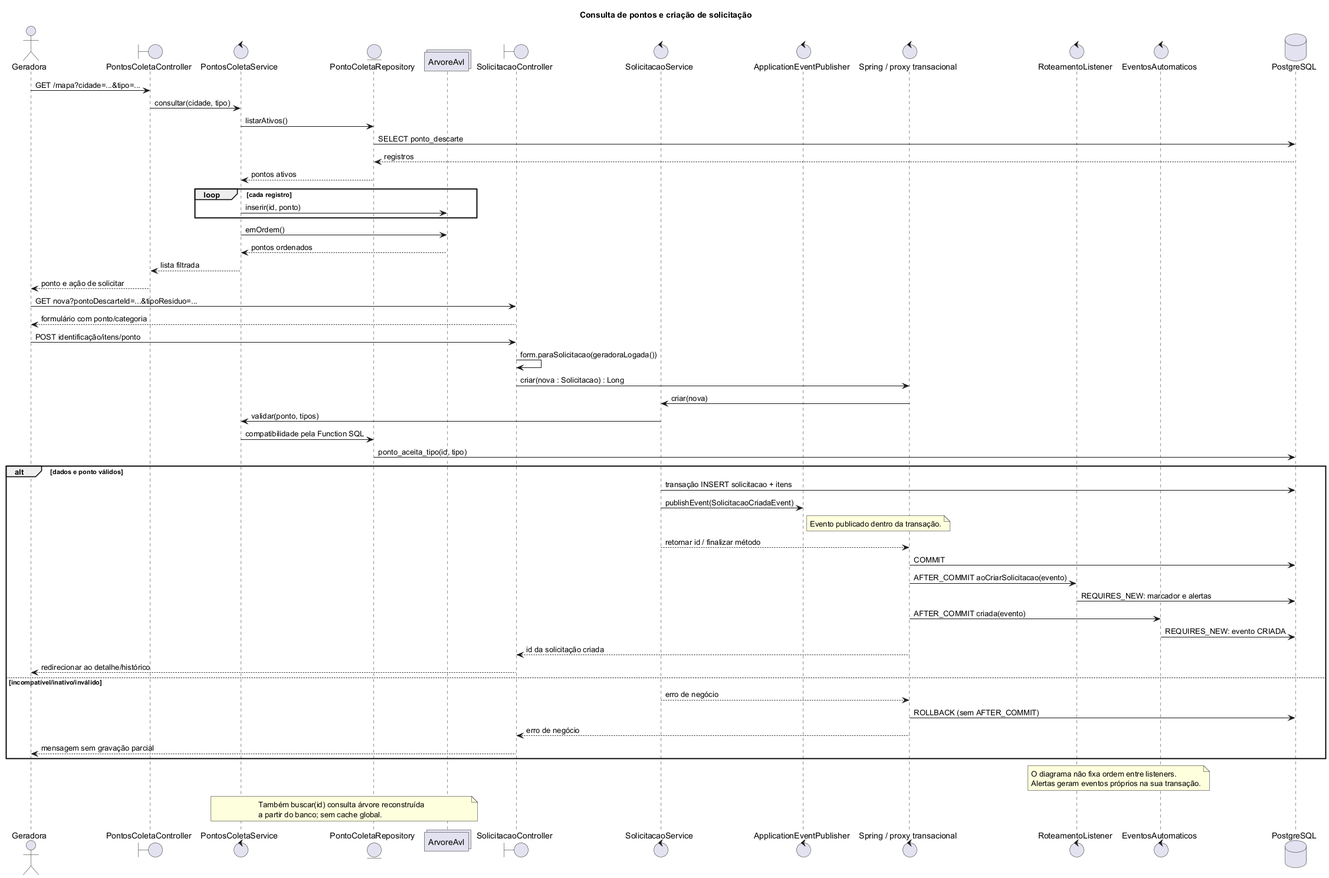
The PlantUML diagram docs/uml/sequencia.png in mmsxdev/plataforma-ewaste, before a commit.
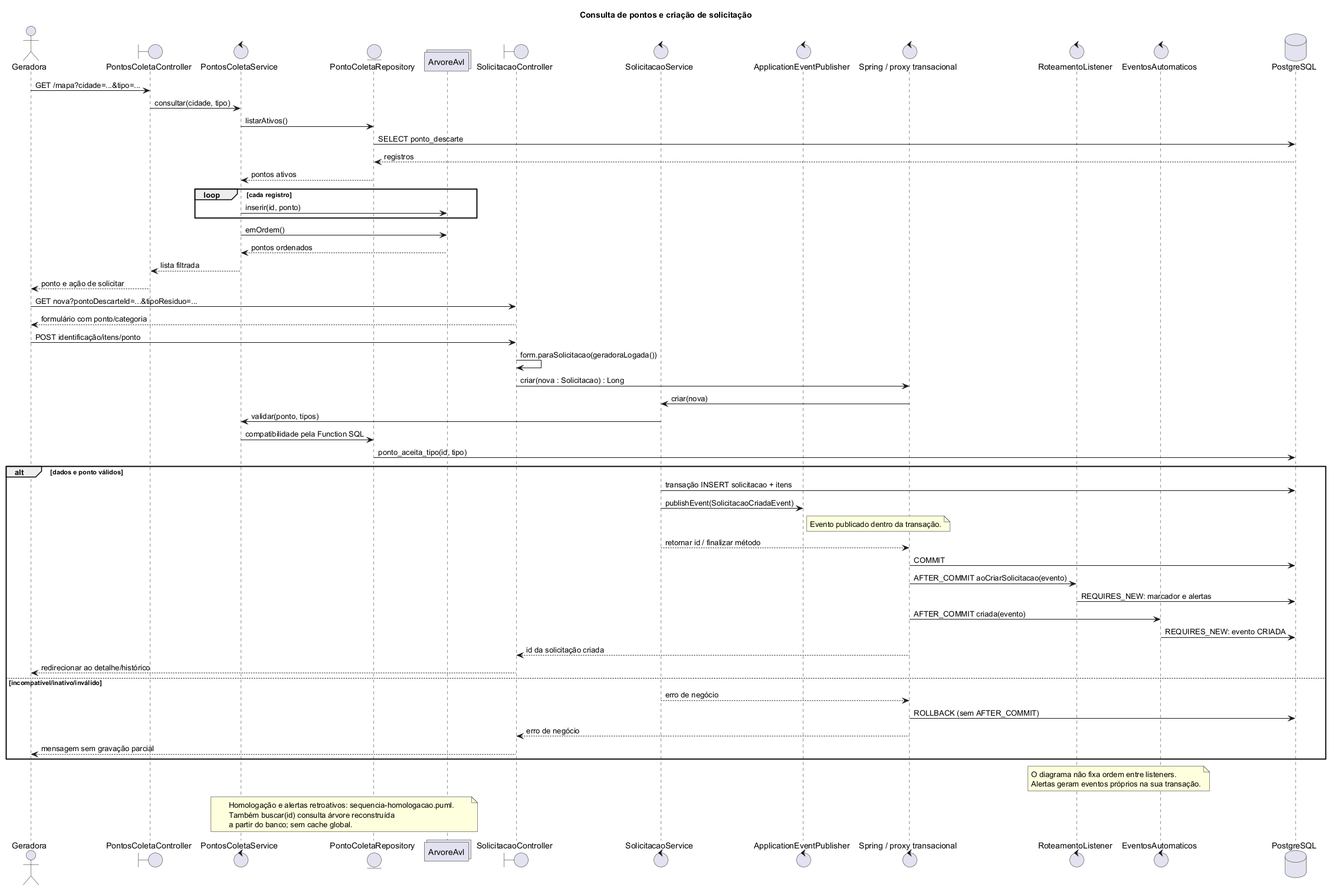
Later version of the same file.

Diff of the diagram source:
```diff
@@ -58,6 +58,7 @@
 Alertas geram eventos próprios na sua transação.
 end note
 note over Pontos, AVL
+Homologação e alertas retroativos: sequencia-homologacao.puml.
 Também buscar(id) consulta árvore reconstruída
 a partir do banco; sem cache global.
 end note
```
